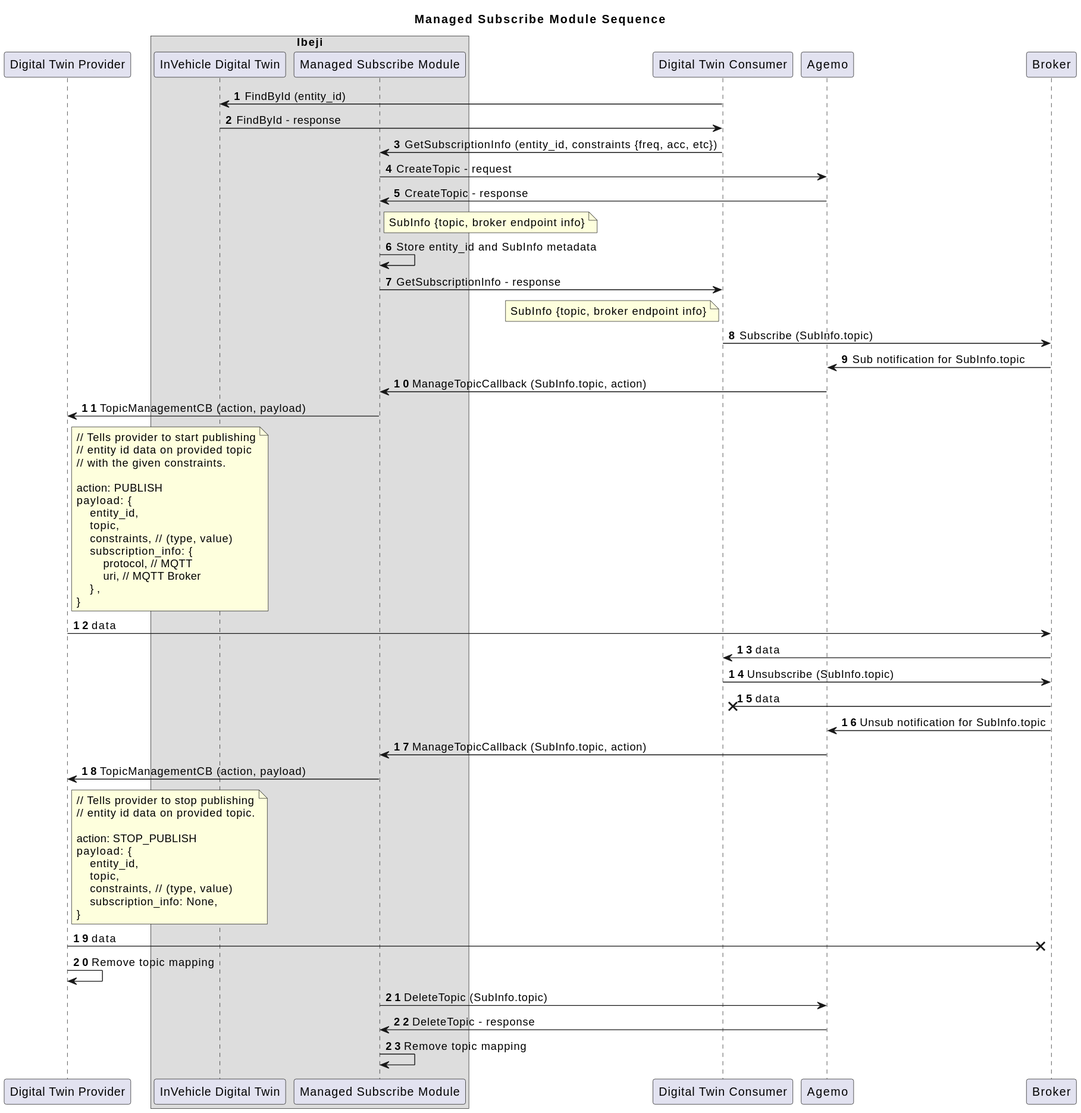
eclipse-ibeji/ibeji keeps this PlantUML diagram as docs/design/diagrams/managed_subscribe_module_sequence.svg. Above is the earlier version. Source of this version:
```plantuml
@startuml Managed Subscribe Module
title Managed Subscribe Module Sequence
participant "Digital Twin Provider" as DTProvider
box "Ibeji"
participant "InVehicle Digital Twin" as Ibeji
participant "Managed Subscribe Module" as ManagedSubscribeModule
end box
participant "Digital Twin Consumer" as DTConsumer
participant Agemo
participant Broker

autonumber

DTConsumer -> Ibeji: FindById (entity_id)
DTConsumer <- Ibeji: FindById - response
DTConsumer -> ManagedSubscribeModule: GetSubscriptionInfo (entity_id, constraints {freq, acc, etc})
ManagedSubscribeModule -> Agemo: CreateTopic - request
Agemo -> ManagedSubscribeModule: CreateTopic - response
note right of ManagedSubscribeModule: SubInfo {topic, broker endpoint info}
ManagedSubscribeModule -> ManagedSubscribeModule: Store entity_id and SubInfo metadata
ManagedSubscribeModule -> DTConsumer: GetSubscriptionInfo - response
note left of DTConsumer: SubInfo {topic, broker endpoint info}
DTConsumer -> Broker: Subscribe (SubInfo.topic)
Broker -> Agemo: Sub notification for SubInfo.topic
Agemo -> ManagedSubscribeModule: ManageTopicCallback (SubInfo.topic, action)
ManagedSubscribeModule -> DTProvider: TopicManagementCB (action, payload)
note right of DTProvider
// Tells provider to start publishing
// entity id data on provided topic
// with the given constraints.

action: PUBLISH
payload: {
    entity_id,
    topic,
    constraints, // (type, value)
    subscription_info: {
        protocol, // MQTT
        uri, // MQTT Broker
    },
}
end note
DTProvider -> Broker: data
DTConsumer <- Broker : data
DTConsumer -> Broker: Unsubscribe (SubInfo.topic)
DTConsumer x<- Broker: data
Broker -> Agemo: Unsub notification for SubInfo.topic
Agemo -> ManagedSubscribeModule: ManageTopicCallback (SubInfo.topic, action)
DTProvider <- ManagedSubscribeModule: TopicManagementCB (action, payload)
note right of DTProvider
// Tells provider to stop publishing
// entity id data on provided topic.

action: STOP_PUBLISH
payload: {
    entity_id,
    topic,
    constraints, // (type, value)
    subscription_info: None,
}
end note
DTProvider ->x Broker: data
DTProvider -> DTProvider: Remove topic mapping
ManagedSubscribeModule -> Agemo: DeleteTopic (SubInfo.topic)
ManagedSubscribeModule <- Agemo: DeleteTopic - response
ManagedSubscribeModule -> ManagedSubscribeModule: Remove topic mapping
@enduml
```
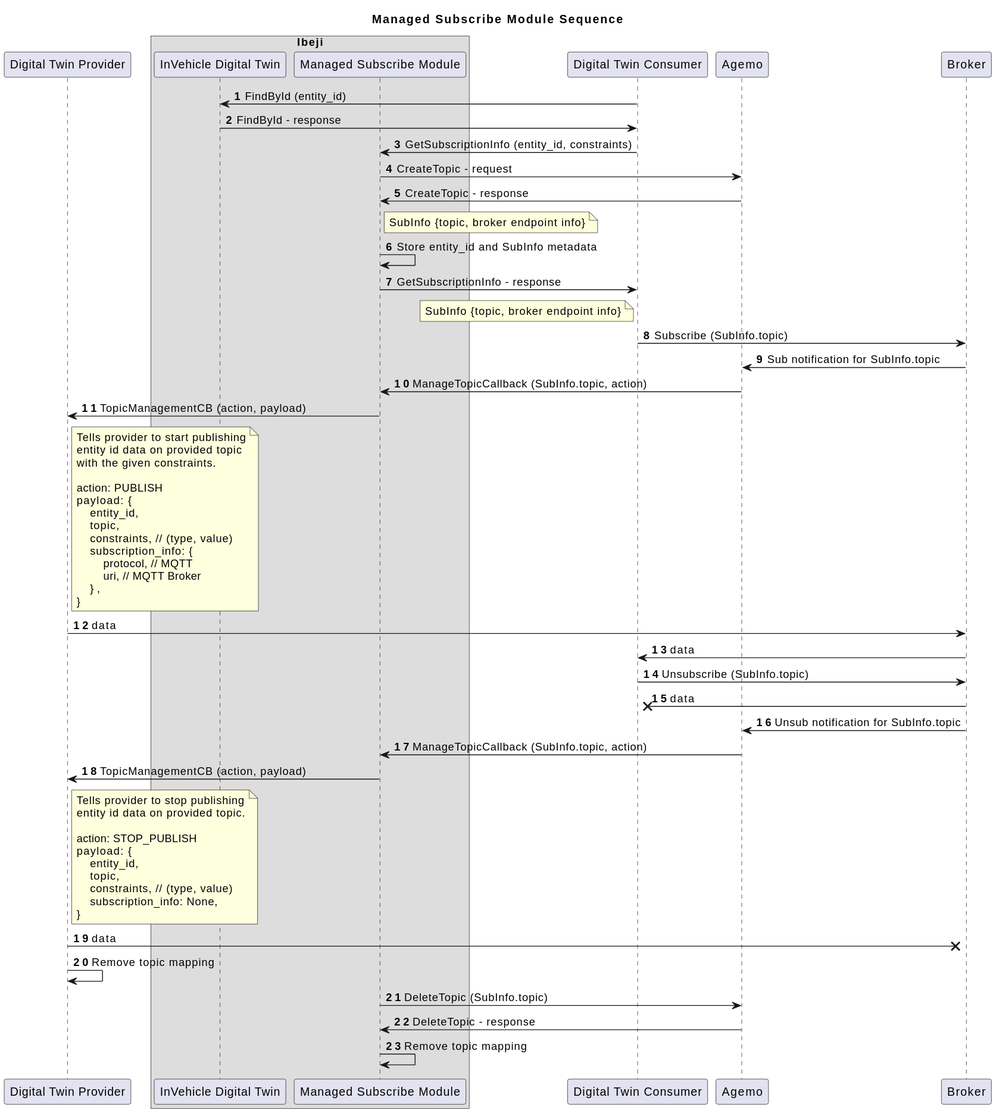
The same file after the commit.

Change to the diagram source:
```diff
@@ -13,7 +13,7 @@
 
 DTConsumer -> Ibeji: FindById (entity_id)
 DTConsumer <- Ibeji: FindById - response
-DTConsumer -> ManagedSubscribeModule: GetSubscriptionInfo (entity_id, constraints {freq, acc, etc})
+DTConsumer -> ManagedSubscribeModule: GetSubscriptionInfo (entity_id, constraints)
 ManagedSubscribeModule -> Agemo: CreateTopic - request
 Agemo -> ManagedSubscribeModule: CreateTopic - response
 note right of ManagedSubscribeModule: SubInfo {topic, broker endpoint info}
@@ -25,9 +25,9 @@
 Agemo -> ManagedSubscribeModule: ManageTopicCallback (SubInfo.topic, action)
 ManagedSubscribeModule -> DTProvider: TopicManagementCB (action, payload)
 note right of DTProvider
-// Tells provider to start publishing
-// entity id data on provided topic
-// with the given constraints.
+Tells provider to start publishing
+entity id data on provided topic
+with the given constraints.
 
 action: PUBLISH
 payload: {
@@ -48,8 +48,8 @@
 Agemo -> ManagedSubscribeModule: ManageTopicCallback (SubInfo.topic, action)
 DTProvider <- ManagedSubscribeModule: TopicManagementCB (action, payload)
 note right of DTProvider
-// Tells provider to stop publishing
-// entity id data on provided topic.
+Tells provider to stop publishing
+entity id data on provided topic.
 
 action: STOP_PUBLISH
 payload: {
```
